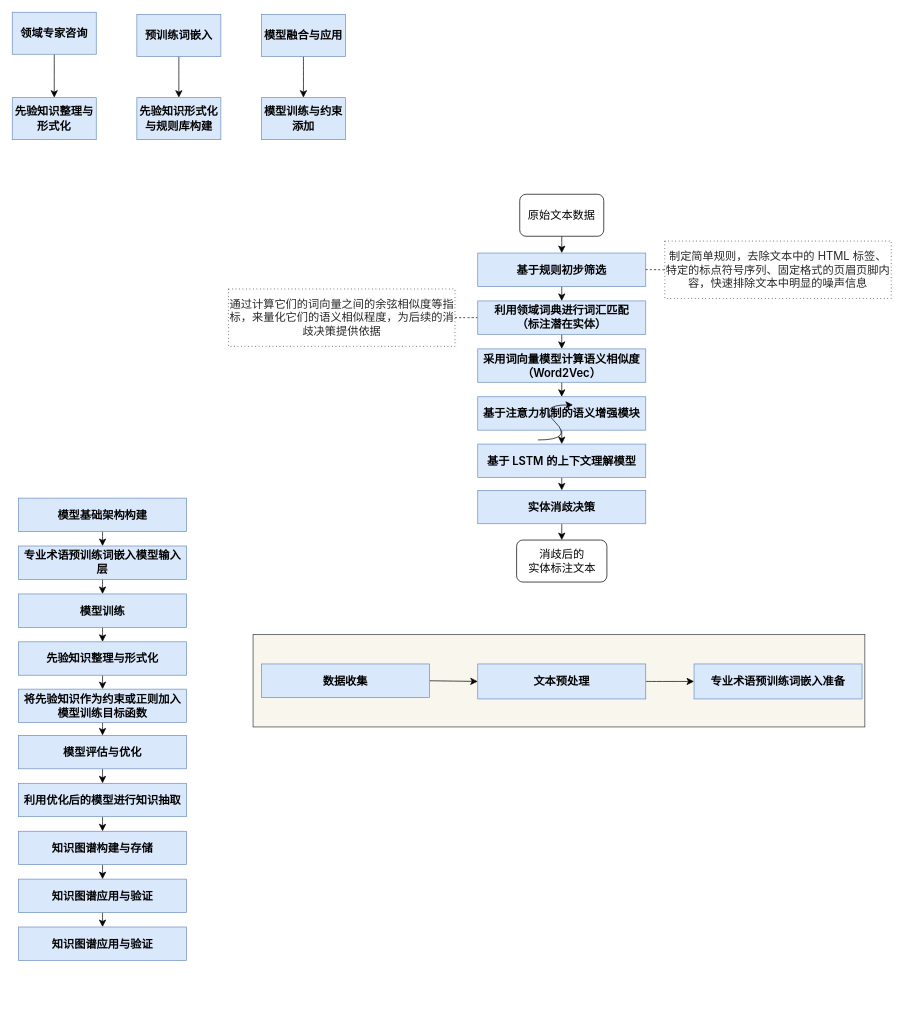
The draw.io diagram page "技术方案" (2 of 2) of 未命名绘图.drawio in nexttime8/proj1_230926, before the edit. Source tidied: cells renumbered, new cells numbered last; positions are measured from the earlier drawing's top-left corner, leaving out a move shared by most shapes. Both pictures are drawn from the tidied source at 70%, with x=0, y=0 at pixel (12, 12).
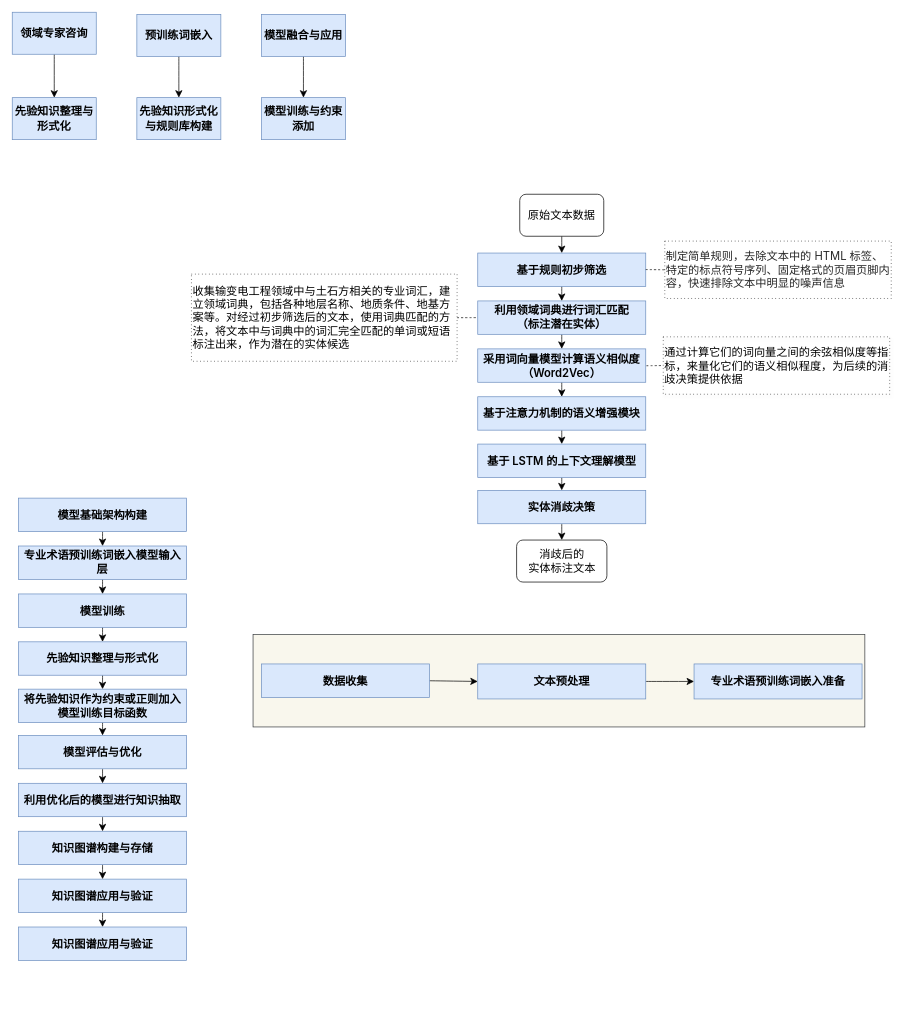
The same page after the edit.

Commit message (it also covers changes not shown here):
更新未命名绘图.drawio

Unchanged cells that the change refers to:
```xml
<mxCell id="36" value="&lt;span style=&quot;-webkit-font-smoothing: antialiased; box-sizing: border-box; -webkit-tap-highlight-color: rgba(0, 0, 0, 0); --desktop-home-page-background-color: light-dark(#f4f4f4, #1b1b1b); --desktop-home-card-background-color: light-dark(#fdfdfd, #141414); --desktop-home-card-background-color-hover: light-dark(#fff, #000000); --desktop-home-popup-background-color: light-dark(#f6f5f5, #1a1a1a); font-weight: 600; color: initial; font-size: 16px; line-height: var(--md-box-samantha-normal-text-line-height); overflow-anchor: auto; font-family: Inter, -apple-system, BlinkMacSystemFont, &amp;quot;Segoe UI&amp;quot;, &amp;quot;SF Pro SC&amp;quot;, &amp;quot;SF Pro Display&amp;quot;, &amp;quot;SF Pro Icons&amp;quot;, &amp;quot;PingFang SC&amp;quot;, &amp;quot;Hiragino Sans GB&amp;quot;, &amp;quot;Microsoft YaHei&amp;quot;, &amp;quot;Helvetica Neue&amp;quot;, Helvetica, Arial, sans-serif; text-align: left;&quot;&gt;利用领域词典进行词汇匹配&lt;/span&gt;&lt;div&gt;&lt;span style=&quot;-webkit-font-smoothing: antialiased; box-sizing: border-box; -webkit-tap-highlight-color: rgba(0, 0, 0, 0); --desktop-home-page-background-color: light-dark(#f4f4f4, #1b1b1b); --desktop-home-card-background-color: light-dark(#fdfdfd, #141414); --desktop-home-card-background-color-hover: light-dark(#fff, #000000); --desktop-home-popup-background-color: light-dark(#f6f5f5, #1a1a1a); font-weight: 600; color: initial; font-size: 16px; line-height: var(--md-box-samantha-normal-text-line-height); overflow-anchor: auto; font-family: Inter, -apple-system, BlinkMacSystemFont, &amp;quot;Segoe UI&amp;quot;, &amp;quot;SF Pro SC&amp;quot;, &amp;quot;SF Pro Display&amp;quot;, &amp;quot;SF Pro Icons&amp;quot;, &amp;quot;PingFang SC&amp;quot;, &amp;quot;Hiragino Sans GB&amp;quot;, &amp;quot;Microsoft YaHei&amp;quot;, &amp;quot;Helvetica Neue&amp;quot;, Helvetica, Arial, sans-serif; text-align: left;&quot;&gt;（标注潜在实体）&lt;/span&gt;&lt;/div&gt;" style="rounded=0;whiteSpace=wrap;html=1;fillColor=#dae8fc;strokeColor=#6c8ebf;" parent="1" vertex="1">
  <mxGeometry x="665" y="412.4" width="240" height="47.7" as="geometry" />
</mxCell>
```

Change to the diagram source:
```diff
@@
-    <mxCell id="35" style="edgeStyle=none;curved=1;rounded=0;jettySize=auto;html=1;exitX=0;exitY=0.5;exitDx=0;exitDy=0;entryX=1;entryY=0.5;entryDx=0;entryDy=0;fontSize=12;startSize=8;endSize=8;dashed=1;endArrow=none;endFill=0;" parent="1" edge="1" source="36" target="53">
-      <mxGeometry relative="1" as="geometry" />
+    <mxCell id="35" style="edgeStyle=none;curved=1;rounded=0;jettySize=auto;html=1;entryX=0;entryY=0.5;entryDx=0;entryDy=0;fontSize=12;startSize=8;endSize=8;dashed=1;endArrow=none;endFill=0;" parent="1" edge="1" target="53">
+      <mxGeometry relative="1" as="geometry">
+        <mxPoint x="906" y="505" as="sourcePoint" />
+      </mxGeometry>
     </mxCell>
@@
-    <mxCell id="53" value="&lt;span style=&quot;color: rgba(0, 0, 0, 0.85); font-family: Inter, -apple-system, BlinkMacSystemFont, &amp;quot;Segoe UI&amp;quot;, &amp;quot;SF Pro SC&amp;quot;, &amp;quot;SF Pro Display&amp;quot;, &amp;quot;SF Pro Icons&amp;quot;, &amp;quot;PingFang SC&amp;quot;, &amp;quot;Hiragino Sans GB&amp;quot;, &amp;quot;Microsoft YaHei&amp;quot;, &amp;quot;Helvetica Neue&amp;quot;, Helvetica, Arial, sans-serif; text-align: left;&quot;&gt;通过计算它们的词向量之间的余弦相似度等指标，来量化它们的语义相似程度，为后续的消歧决策提供依据&lt;/span&gt;" style="text;html=1;align=center;verticalAlign=middle;whiteSpace=wrap;rounded=0;fontSize=16;strokeColor=default;dashed=1;dashPattern=1 4;shadow=1;" parent="1" vertex="1">
-      <mxGeometry x="309" y="395.3" width="323.5" height="82" as="geometry" />
+    <mxCell id="53" value="&lt;span style=&quot;font-family: Inter, -apple-system, BlinkMacSystemFont, &amp;quot;Segoe UI&amp;quot;, &amp;quot;SF Pro SC&amp;quot;, &amp;quot;SF Pro Display&amp;quot;, &amp;quot;SF Pro Icons&amp;quot;, &amp;quot;PingFang SC&amp;quot;, &amp;quot;Hiragino Sans GB&amp;quot;, &amp;quot;Microsoft YaHei&amp;quot;, &amp;quot;Helvetica Neue&amp;quot;, Helvetica, Arial, sans-serif;&quot;&gt;&lt;font style=&quot;color: rgb(0, 0, 0);&quot;&gt;通过计算它们的词向量之间的余弦相似度等指标，来量化它们的语义相似程度，为后续的消歧决策提供依据&lt;/font&gt;&lt;/span&gt;" style="text;html=1;align=left;verticalAlign=middle;whiteSpace=wrap;rounded=0;fontSize=16;strokeColor=default;dashed=1;dashPattern=1 4;shadow=1;" parent="1" vertex="1">
+      <mxGeometry x="930" y="463.7" width="323.5" height="82" as="geometry" />
     </mxCell>
-    <mxCell id="54" style="curved=1;endArrow=classic;html=1;rounded=0;fontSize=12;startSize=8;endSize=8;" parent="1" edge="1">
-      <mxGeometry relative="1" as="geometry">
-        <mxPoint x="751" y="611" as="sourcePoint" />
-        <mxPoint x="801" y="561" as="targetPoint" />
-        <Array as="points">
-          <mxPoint x="801" y="611" />
-          <mxPoint x="751" y="561" />
-        </Array>
-      </mxGeometry>
-    </mxCell>
@@
-    <mxCell id="56" value="&lt;span style=&quot;color: rgba(0, 0, 0, 0.85); font-family: Inter, -apple-system, BlinkMacSystemFont, &amp;quot;Segoe UI&amp;quot;, &amp;quot;SF Pro SC&amp;quot;, &amp;quot;SF Pro Display&amp;quot;, &amp;quot;SF Pro Icons&amp;quot;, &amp;quot;PingFang SC&amp;quot;, &amp;quot;Hiragino Sans GB&amp;quot;, &amp;quot;Microsoft YaHei&amp;quot;, &amp;quot;Helvetica Neue&amp;quot;, Helvetica, Arial, sans-serif; text-align: left;&quot;&gt;制定简单规则，&lt;/span&gt;&lt;span style=&quot;color: rgba(0, 0, 0, 0.85); font-family: Inter, -apple-system, BlinkMacSystemFont, &amp;quot;Segoe UI&amp;quot;, &amp;quot;SF Pro SC&amp;quot;, &amp;quot;SF Pro Display&amp;quot;, &amp;quot;SF Pro Icons&amp;quot;, &amp;quot;PingFang SC&amp;quot;, &amp;quot;Hiragino Sans GB&amp;quot;, &amp;quot;Microsoft YaHei&amp;quot;, &amp;quot;Helvetica Neue&amp;quot;, Helvetica, Arial, sans-serif; text-align: left;&quot;&gt;去除文本中的 HTML 标签、特定的标点符号序列、固定格式的页眉页脚内容，快速排除&lt;/span&gt;&lt;span style=&quot;color: rgba(0, 0, 0, 0.85); font-family: Inter, -apple-system, BlinkMacSystemFont, &amp;quot;Segoe UI&amp;quot;, &amp;quot;SF Pro SC&amp;quot;, &amp;quot;SF Pro Display&amp;quot;, &amp;quot;SF Pro Icons&amp;quot;, &amp;quot;PingFang SC&amp;quot;, &amp;quot;Hiragino Sans GB&amp;quot;, &amp;quot;Microsoft YaHei&amp;quot;, &amp;quot;Helvetica Neue&amp;quot;, Helvetica, Arial, sans-serif; text-align: left;&quot;&gt;文本中明显的噪声信息&lt;/span&gt;" style="text;html=1;align=center;verticalAlign=middle;whiteSpace=wrap;rounded=0;fontSize=16;strokeColor=default;dashed=1;dashPattern=1 4;shadow=0;" parent="1" vertex="1">
+    <mxCell id="56" value="&lt;span style=&quot;color: rgba(0, 0, 0, 0.85); font-family: Inter, -apple-system, BlinkMacSystemFont, &amp;quot;Segoe UI&amp;quot;, &amp;quot;SF Pro SC&amp;quot;, &amp;quot;SF Pro Display&amp;quot;, &amp;quot;SF Pro Icons&amp;quot;, &amp;quot;PingFang SC&amp;quot;, &amp;quot;Hiragino Sans GB&amp;quot;, &amp;quot;Microsoft YaHei&amp;quot;, &amp;quot;Helvetica Neue&amp;quot;, Helvetica, Arial, sans-serif;&quot;&gt;制定简单规则，&lt;/span&gt;&lt;span style=&quot;color: rgba(0, 0, 0, 0.85); font-family: Inter, -apple-system, BlinkMacSystemFont, &amp;quot;Segoe UI&amp;quot;, &amp;quot;SF Pro SC&amp;quot;, &amp;quot;SF Pro Display&amp;quot;, &amp;quot;SF Pro Icons&amp;quot;, &amp;quot;PingFang SC&amp;quot;, &amp;quot;Hiragino Sans GB&amp;quot;, &amp;quot;Microsoft YaHei&amp;quot;, &amp;quot;Helvetica Neue&amp;quot;, Helvetica, Arial, sans-serif;&quot;&gt;去除文本中的 HTML 标签、特定的标点符号序列、固定格式的页眉页脚内容，快速排除&lt;/span&gt;&lt;span style=&quot;color: rgba(0, 0, 0, 0.85); font-family: Inter, -apple-system, BlinkMacSystemFont, &amp;quot;Segoe UI&amp;quot;, &amp;quot;SF Pro SC&amp;quot;, &amp;quot;SF Pro Display&amp;quot;, &amp;quot;SF Pro Icons&amp;quot;, &amp;quot;PingFang SC&amp;quot;, &amp;quot;Hiragino Sans GB&amp;quot;, &amp;quot;Microsoft YaHei&amp;quot;, &amp;quot;Helvetica Neue&amp;quot;, Helvetica, Arial, sans-serif;&quot;&gt;文本中明显的噪声信息&lt;/span&gt;" style="text;html=1;align=left;verticalAlign=middle;whiteSpace=wrap;rounded=0;fontSize=16;strokeColor=default;dashed=1;dashPattern=1 4;shadow=0;" parent="1" vertex="1">
       <mxGeometry x="932.2" y="326.9" width="323.5" height="82" as="geometry" />
     </mxCell>
+    <mxCell id="57" style="edgeStyle=none;curved=1;rounded=0;jettySize=auto;html=1;fontSize=12;startSize=8;endSize=8;dashed=1;endArrow=none;endFill=0;exitX=1;exitY=0.5;exitDx=0;exitDy=0;entryX=0;entryY=0.5;entryDx=0;entryDy=0;" parent="1" edge="1" source="58" target="36">
+      <mxGeometry relative="1" as="geometry" />
+    </mxCell>
+    <mxCell id="58" value="&lt;span style=&quot;color: initial; background-color: light-dark(rgb(255, 255, 255), rgb(18, 18, 18)); font-family: Inter, -apple-system, BlinkMacSystemFont, &amp;quot;Segoe UI&amp;quot;, &amp;quot;SF Pro SC&amp;quot;, &amp;quot;SF Pro Display&amp;quot;, &amp;quot;SF Pro Icons&amp;quot;, &amp;quot;PingFang SC&amp;quot;, &amp;quot;Hiragino Sans GB&amp;quot;, &amp;quot;Microsoft YaHei&amp;quot;, &amp;quot;Helvetica Neue&amp;quot;, Helvetica, Arial, sans-serif;&quot;&gt;收集输变电工程领域中与土石方相关的专业词汇，建立领域词典，&lt;/span&gt;&lt;span style=&quot;color: initial; background-color: light-dark(rgb(255, 255, 255), rgb(18, 18, 18)); font-family: Inter, -apple-system, BlinkMacSystemFont, &amp;quot;Segoe UI&amp;quot;, &amp;quot;SF Pro SC&amp;quot;, &amp;quot;SF Pro Display&amp;quot;, &amp;quot;SF Pro Icons&amp;quot;, &amp;quot;PingFang SC&amp;quot;, &amp;quot;Hiragino Sans GB&amp;quot;, &amp;quot;Microsoft YaHei&amp;quot;, &amp;quot;Helvetica Neue&amp;quot;, Helvetica, Arial, sans-serif;&quot;&gt;包括各种地层名称、地质条件、地基方案等。&lt;/span&gt;&lt;span style=&quot;font-family: Inter, -apple-system, BlinkMacSystemFont, &amp;quot;Segoe UI&amp;quot;, &amp;quot;SF Pro SC&amp;quot;, &amp;quot;SF Pro Display&amp;quot;, &amp;quot;SF Pro Icons&amp;quot;, &amp;quot;PingFang SC&amp;quot;, &amp;quot;Hiragino Sans GB&amp;quot;, &amp;quot;Microsoft YaHei&amp;quot;, &amp;quot;Helvetica Neue&amp;quot;, Helvetica, Arial, sans-serif;&quot;&gt;&lt;font style=&quot;color: rgb(0, 0, 0);&quot;&gt;对经过初步筛选后的文本，使用词典匹配的方法，将文本中与词典中的词汇完全匹配的单词或短语标注出来，作为潜在的实体候选&lt;/font&gt;&lt;/span&gt;" style="text;html=1;align=left;verticalAlign=middle;whiteSpace=wrap;rounded=0;fontSize=16;strokeColor=default;dashed=1;dashPattern=1 4;shadow=0;" parent="1" vertex="1">
+      <mxGeometry x="256" y="374.1" width="379.5" height="124.5" as="geometry" />
+    </mxCell>
```
